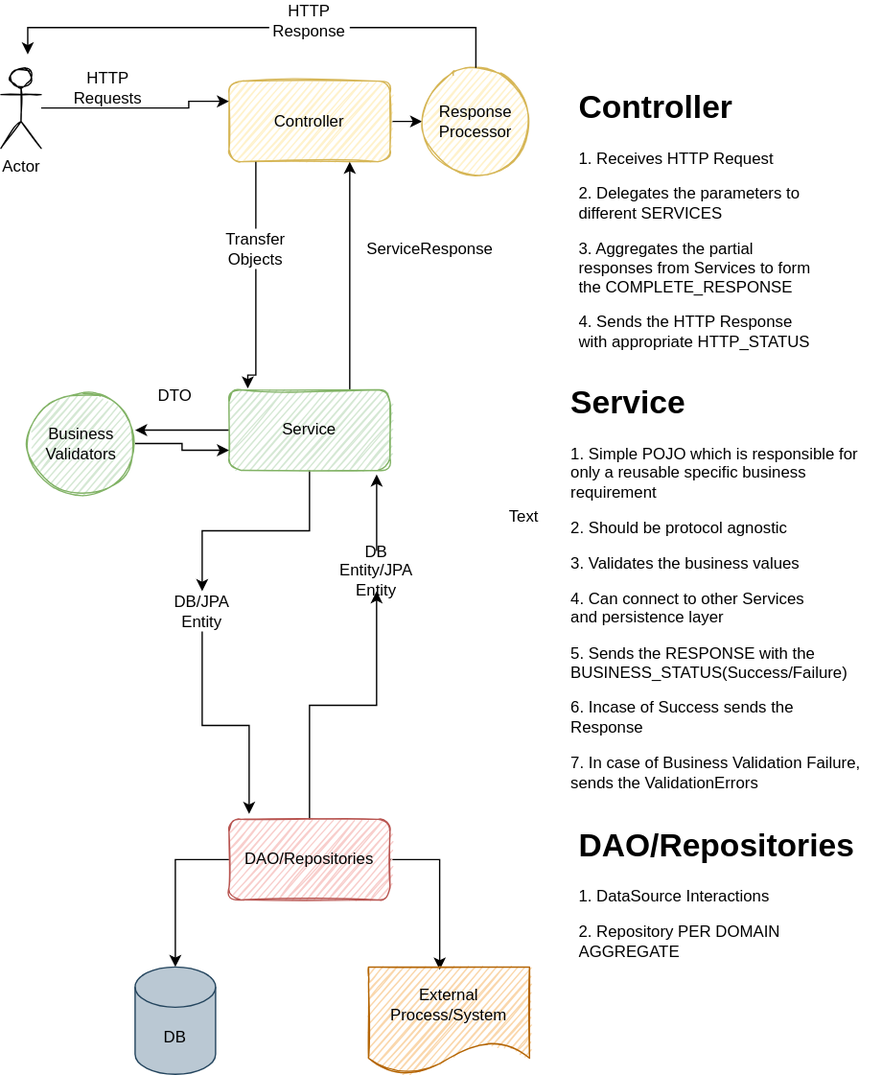
Before: 1.component_responsibilities.svg, a diagram exported from draw.io (kodecamp/arch-poc). Source tidied: cells renumbered, new cells last; positions are measured from the earlier drawing's top-left corner, leaving out a move shared by most shapes.
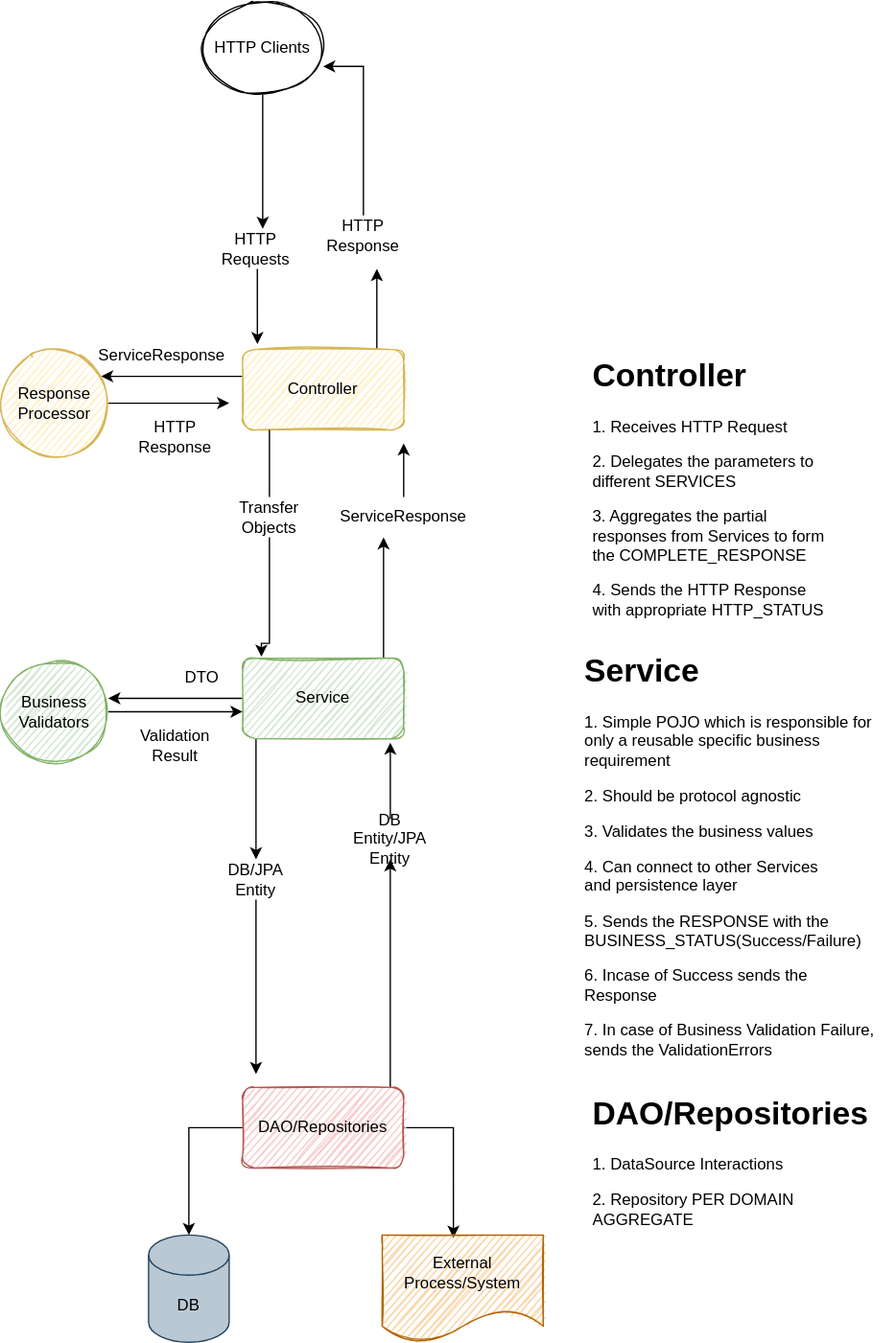
Later version of the same file.

Diff of the diagram source:
```diff
@@ -10,20 +10,43 @@
       </mxGeometry>
     </mxCell>
     <mxCell id="3" style="edgeStyle=orthogonalEdgeStyle;rounded=0;jettySize=auto;html=1;" parent="1" edge="1" source="4" target="32">
-      <mxGeometry relative="1" as="geometry" />
+      <mxGeometry relative="1" as="geometry">
+        <Array as="points">
+          <mxPoint x="140" y="80" />
+          <mxPoint x="140" y="80" />
+        </Array>
+      </mxGeometry>
     </mxCell>
+    <mxCell id="36" style="edgeStyle=orthogonalEdgeStyle;rounded=0;jettySize=auto;html=1;" parent="1" edge="1" source="4">
+      <mxGeometry relative="1" as="geometry">
+        <mxPoint x="270" as="targetPoint" />
+        <Array as="points">
+          <mxPoint x="270" y="40" />
+          <mxPoint x="270" y="40" />
+        </Array>
+      </mxGeometry>
+    </mxCell>
     <mxCell id="4" value="Controller" style="rounded=1;whiteSpace=wrap;html=1;fillColor=#fff2cc;strokeColor=#d6b656;glass=0;sketch=1;" parent="1" vertex="1">
       <mxGeometry x="170" y="60" width="120" height="60" as="geometry" />
     </mxCell>
-    <mxCell id="5" style="edgeStyle=orthogonalEdgeStyle;rounded=0;jettySize=auto;html=1;entryX=0.75;entryY=1;entryDx=0;entryDy=0;startArrow=none;exitX=0.75;exitY=0;exitDx=0;exitDy=0;" parent="1" edge="1" source="8" target="4">
-      <mxGeometry relative="1" as="geometry" />
-    </mxCell>
     <mxCell id="6" style="edgeStyle=orthogonalEdgeStyle;rounded=0;jettySize=auto;html=1;entryX=1;entryY=0.375;entryDx=0;entryDy=0;entryPerimeter=0;" parent="1" edge="1" source="8" target="29">
       <mxGeometry relative="1" as="geometry" />
     </mxCell>
     <mxCell id="7" style="edgeStyle=orthogonalEdgeStyle;rounded=0;jettySize=auto;html=1;entryX=0.5;entryY=0;entryDx=0;entryDy=0;" parent="1" edge="1" source="8" target="25">
-      <mxGeometry relative="1" as="geometry" />
+      <mxGeometry relative="1" as="geometry">
+        <Array as="points">
+          <mxPoint x="180" y="440" />
+        </Array>
+      </mxGeometry>
     </mxCell>
+    <mxCell id="37" style="edgeStyle=orthogonalEdgeStyle;rounded=0;jettySize=auto;html=1;entryX=0.25;entryY=1;entryDx=0;entryDy=0;" parent="1" edge="1" source="8" target="23">
+      <mxGeometry relative="1" as="geometry">
+        <Array as="points">
+          <mxPoint x="275" y="270" />
+          <mxPoint x="275" y="270" />
+        </Array>
+      </mxGeometry>
+    </mxCell>
     <mxCell id="8" value="Service" style="rounded=1;whiteSpace=wrap;html=1;glass=0;sketch=1;fillColor=#d5e8d4;strokeColor=#82b366;" parent="1" vertex="1">
       <mxGeometry x="170" y="290" width="120" height="60" as="geometry" />
     </mxCell>
@@ -42,6 +65,10 @@
     <mxCell id="13" style="edgeStyle=orthogonalEdgeStyle;rounded=0;jettySize=auto;html=1;" parent="1" edge="1" source="14">
       <mxGeometry relative="1" as="geometry">
         <mxPoint x="280" y="440" as="targetPoint" />
+        <Array as="points">
+          <mxPoint x="280" y="560" />
+          <mxPoint x="280" y="560" />
+        </Array>
       </mxGeometry>
     </mxCell>
     <mxCell id="14" value="DAO/Repositories" style="rounded=1;whiteSpace=wrap;html=1;fillColor=#f8cecc;strokeColor=#b85450;sketch=1;" parent="1" vertex="1">
@@ -56,19 +83,16 @@
     <mxCell id="17" value="External Process/System" style="shape=document;whiteSpace=wrap;html=1;boundedLbl=1;sketch=1;fillColor=#fad7ac;strokeColor=#b46504;" parent="1" vertex="1">
       <mxGeometry x="274" y="720" width="120" height="80" as="geometry" />
     </mxCell>
-    <mxCell id="18" style="edgeStyle=orthogonalEdgeStyle;rounded=0;jettySize=auto;html=1;entryX=0;entryY=0.25;entryDx=0;entryDy=0;" parent="1" edge="1" source="19" target="4">
-      <mxGeometry relative="1" as="geometry">
-        <Array as="points">
-          <mxPoint x="140" y="80" />
-          <mxPoint x="140" y="75" />
-        </Array>
-      </mxGeometry>
-    </mxCell>
-    <mxCell id="19" value="Actor" style="shape=umlActor;verticalLabelPosition=bottom;verticalAlign=top;html=1;outlineConnect=0;sketch=1;" parent="1" vertex="1">
-      <mxGeometry y="50" width="30" height="60" as="geometry" />
-    </mxCell>
+    <mxCell id="38" style="edgeStyle=orthogonalEdgeStyle;rounded=0;jettySize=auto;html=1;entryX=0.092;entryY=-0.067;entryDx=0;entryDy=0;entryPerimeter=0;" parent="1" edge="1" source="20" target="4">
+      <mxGeometry relative="1" as="geometry">
+        <Array as="points">
+          <mxPoint x="181" y="20" />
+          <mxPoint x="181" y="20" />
+        </Array>
+      </mxGeometry>
+    </mxCell>
     <mxCell id="20" value="HTTP Requests" style="text;html=1;strokeColor=none;fillColor=none;align=center;verticalAlign=middle;whiteSpace=wrap;rounded=0;sketch=1;" parent="1" vertex="1">
-      <mxGeometry x="50" y="50" width="60" height="30" as="geometry" />
+      <mxGeometry x="150" y="-30" width="60" height="30" as="geometry" />
     </mxCell>
     <mxCell id="21" value="Transfer Objects" style="text;html=1;strokeColor=none;fillColor=none;align=center;verticalAlign=middle;whiteSpace=wrap;rounded=0;sketch=1;" parent="1" vertex="1">
       <mxGeometry x="160" y="170" width="60" height="30" as="geometry" />
@@ -82,14 +106,13 @@
         </Array>
       </mxGeometry>
     </mxCell>
-    <mxCell id="23" value="ServiceResponse" style="text;html=1;strokeColor=none;fillColor=none;align=center;verticalAlign=middle;whiteSpace=wrap;rounded=0;sketch=1;" parent="1" vertex="1">
-      <mxGeometry x="290" y="170" width="60" height="30" as="geometry" />
-    </mxCell>
-    <mxCell id="24" style="edgeStyle=orthogonalEdgeStyle;rounded=0;jettySize=auto;html=1;entryX=0.125;entryY=-0.067;entryDx=0;entryDy=0;entryPerimeter=0;" parent="1" edge="1" source="25" target="14">
-      <mxGeometry relative="1" as="geometry" />
-    </mxCell>
+    <mxCell id="39" style="edgeStyle=orthogonalEdgeStyle;rounded=0;jettySize=auto;html=1;" parent="1" edge="1" source="25">
+      <mxGeometry relative="1" as="geometry">
+        <mxPoint x="180" y="600" as="targetPoint" />
+      </mxGeometry>
+    </mxCell>
     <mxCell id="25" value="DB/JPA Entity" style="text;html=1;strokeColor=none;fillColor=none;align=center;verticalAlign=middle;whiteSpace=wrap;rounded=0;sketch=1;" parent="1" vertex="1">
-      <mxGeometry x="120" y="440" width="60" height="30" as="geometry" />
+      <mxGeometry x="150" y="440" width="60" height="30" as="geometry" />
     </mxCell>
     <mxCell id="26" style="edgeStyle=orthogonalEdgeStyle;rounded=0;jettySize=auto;html=1;entryX=0.917;entryY=1.05;entryDx=0;entryDy=0;entryPerimeter=0;" parent="1" edge="1" source="27" target="8">
       <mxGeometry relative="1" as="geometry" />
@@ -97,38 +120,61 @@
     <mxCell id="27" value="DB Entity/JPA Entity" style="text;html=1;strokeColor=none;fillColor=none;align=center;verticalAlign=middle;whiteSpace=wrap;rounded=0;sketch=1;" parent="1" vertex="1">
       <mxGeometry x="250" y="410" width="60" height="30" as="geometry" />
     </mxCell>
-    <mxCell id="28" style="edgeStyle=orthogonalEdgeStyle;rounded=0;jettySize=auto;html=1;entryX=0;entryY=0.75;entryDx=0;entryDy=0;" parent="1" edge="1" source="29" target="8">
-      <mxGeometry relative="1" as="geometry" />
-    </mxCell>
+    <mxCell id="40" style="edgeStyle=orthogonalEdgeStyle;rounded=0;jettySize=auto;html=1;" parent="1" edge="1" source="29">
+      <mxGeometry relative="1" as="geometry">
+        <mxPoint x="170" y="330" as="targetPoint" />
+      </mxGeometry>
+    </mxCell>
     <mxCell id="29" value="Business&lt;br&gt;Validators" style="ellipse;whiteSpace=wrap;html=1;sketch=1;fillColor=#d5e8d4;strokeColor=#82b366;" parent="1" vertex="1">
-      <mxGeometry x="20" y="290" width="80" height="80" as="geometry" />
+      <mxGeometry x="-10" y="290" width="80" height="80" as="geometry" />
     </mxCell>
     <mxCell id="30" value="DTO" style="text;html=1;strokeColor=none;fillColor=none;align=center;verticalAlign=middle;whiteSpace=wrap;rounded=0;sketch=1;" parent="1" vertex="1">
-      <mxGeometry x="100" y="280" width="60" height="30" as="geometry" />
+      <mxGeometry x="110" y="290" width="60" height="30" as="geometry" />
     </mxCell>
-    <mxCell id="31" style="edgeStyle=orthogonalEdgeStyle;rounded=0;jettySize=auto;html=1;startArrow=none;" parent="1" edge="1" source="34">
-      <mxGeometry relative="1" as="geometry">
-        <mxPoint x="20" y="40" as="targetPoint" />
-        <Array as="points">
-          <mxPoint x="20" y="20" />
-        </Array>
-      </mxGeometry>
-    </mxCell>
+    <mxCell id="41" style="edgeStyle=orthogonalEdgeStyle;rounded=0;jettySize=auto;html=1;" parent="1" edge="1" source="32">
+      <mxGeometry relative="1" as="geometry">
+        <mxPoint x="160" y="100" as="targetPoint" />
+      </mxGeometry>
+    </mxCell>
     <mxCell id="32" value="Response&lt;br&gt;Processor" style="ellipse;whiteSpace=wrap;html=1;sketch=1;fillColor=#fff2cc;strokeColor=#d6b656;" parent="1" vertex="1">
-      <mxGeometry x="314" y="50" width="80" height="80" as="geometry" />
+      <mxGeometry x="-10" y="60" width="80" height="80" as="geometry" />
     </mxCell>
-    <mxCell id="33" value="Text" style="text;html=1;strokeColor=none;fillColor=none;align=center;verticalAlign=middle;whiteSpace=wrap;rounded=0;sketch=1;" parent="1" vertex="1">
-      <mxGeometry x="360" y="370" width="60" height="30" as="geometry" />
-    </mxCell>
     <mxCell id="34" value="HTTP Response" style="text;html=1;strokeColor=none;fillColor=none;align=center;verticalAlign=middle;whiteSpace=wrap;rounded=0;sketch=1;" parent="1" vertex="1">
-      <mxGeometry x="200" width="60" height="30" as="geometry" />
+      <mxGeometry x="90" y="110" width="60" height="30" as="geometry" />
     </mxCell>
-    <mxCell id="35" style="edgeStyle=orthogonalEdgeStyle;rounded=0;jettySize=auto;html=1;endArrow=none;" parent="1" edge="1" source="32" target="34">
-      <mxGeometry relative="1" as="geometry">
-        <Array as="points">
-          <mxPoint x="354" y="20" />
-        </Array>
-      </mxGeometry>
-    </mxCell>
+    <mxCell id="42" value="Validation Result" style="text;html=1;strokeColor=none;fillColor=none;align=center;verticalAlign=middle;whiteSpace=wrap;rounded=0;sketch=1;" parent="1" vertex="1">
+      <mxGeometry x="90" y="340" width="60" height="30" as="geometry" />
+    </mxCell>
+    <mxCell id="43" style="edgeStyle=orthogonalEdgeStyle;rounded=0;jettySize=auto;html=1;" parent="1" edge="1" source="44">
+      <mxGeometry relative="1" as="geometry">
+        <mxPoint x="185" y="-30" as="targetPoint" />
+      </mxGeometry>
+    </mxCell>
+    <mxCell id="44" value="HTTP Clients&lt;br&gt;" style="ellipse;whiteSpace=wrap;html=1;sketch=1;" parent="1" vertex="1">
+      <mxGeometry x="140" y="-200" width="90" height="70" as="geometry" />
+    </mxCell>
+    <mxCell id="45" style="edgeStyle=orthogonalEdgeStyle;rounded=0;jettySize=auto;html=1;" parent="1" edge="1" source="23">
+      <mxGeometry relative="1" as="geometry">
+        <mxPoint x="290" y="130" as="targetPoint" />
+      </mxGeometry>
+    </mxCell>
+    <mxCell id="23" value="ServiceResponse" style="text;html=1;strokeColor=none;fillColor=none;align=center;verticalAlign=middle;whiteSpace=wrap;rounded=0;sketch=1;" parent="1" vertex="1">
+      <mxGeometry x="260" y="170" width="60" height="30" as="geometry" />
+    </mxCell>
+    <mxCell id="46" style="edgeStyle=orthogonalEdgeStyle;rounded=0;orthogonalLoop=1;jettySize=auto;html=1;" parent="1" edge="1">
+      <mxGeometry relative="1" as="geometry">
+        <mxPoint x="275" y="200" as="sourcePoint" />
+        <mxPoint x="275" y="200" as="targetPoint" />
+      </mxGeometry>
+    </mxCell>
+    <mxCell id="47" value="ServiceResponse" style="text;html=1;strokeColor=none;fillColor=none;align=center;verticalAlign=middle;whiteSpace=wrap;rounded=0;sketch=1;" parent="1" vertex="1">
+      <mxGeometry x="80" y="50" width="60" height="30" as="geometry" />
+    </mxCell>
+    <mxCell id="48" style="edgeStyle=orthogonalEdgeStyle;rounded=0;jettySize=auto;html=1;entryX=1;entryY=0.7;entryDx=0;entryDy=0;entryPerimeter=0;" parent="1" edge="1" source="49" target="44">
+      <mxGeometry relative="1" as="geometry" />
+    </mxCell>
+    <mxCell id="49" value="HTTP Response" style="text;html=1;strokeColor=none;fillColor=none;align=center;verticalAlign=middle;whiteSpace=wrap;rounded=0;sketch=1;" parent="1" vertex="1">
+      <mxGeometry x="230" y="-40" width="60" height="30" as="geometry" />
+    </mxCell>
   </root>
 </mxGraphModel>
```
